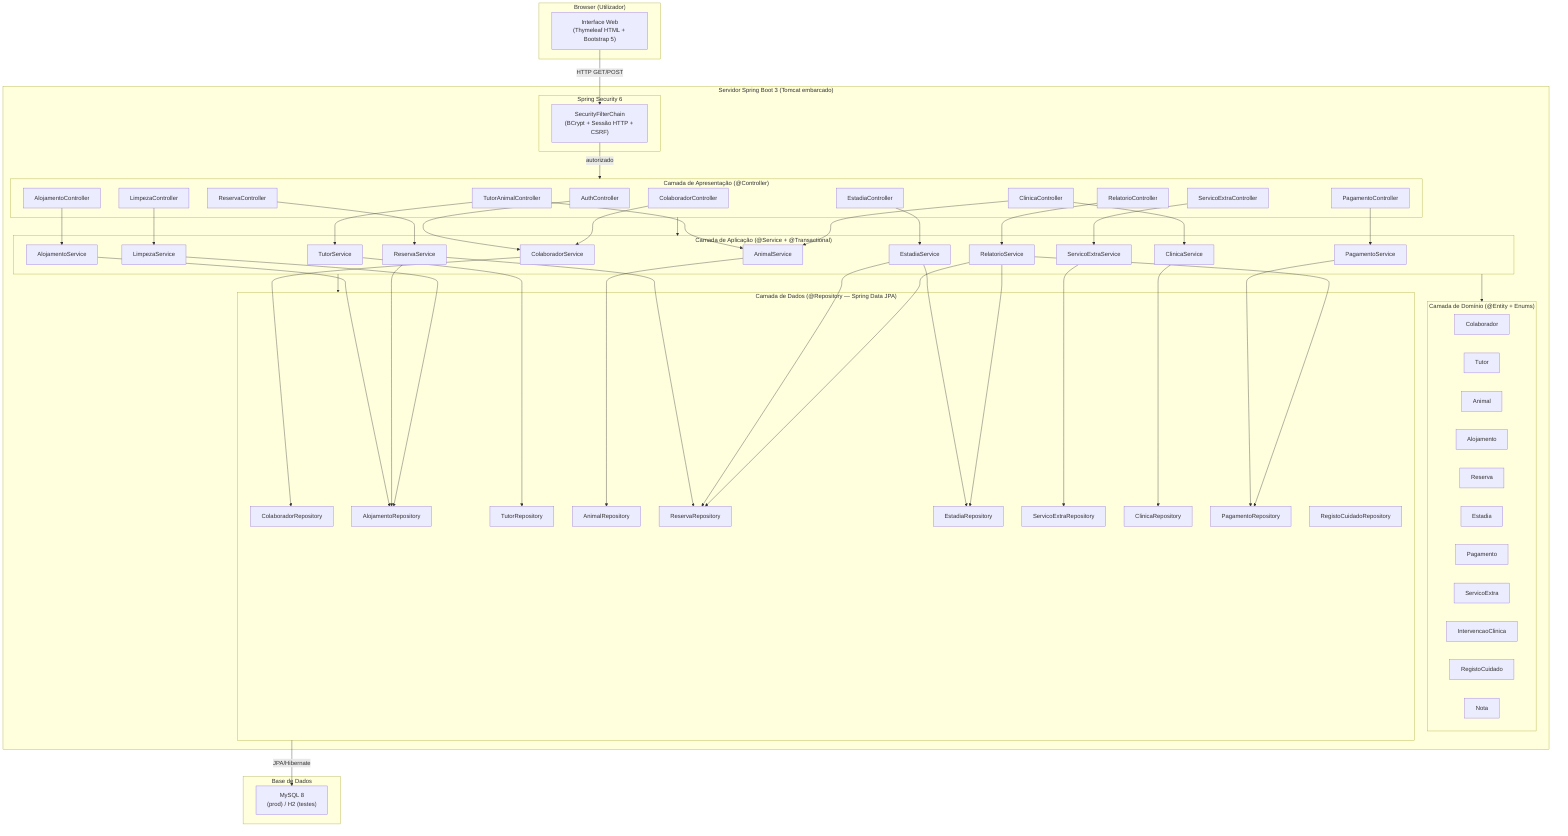
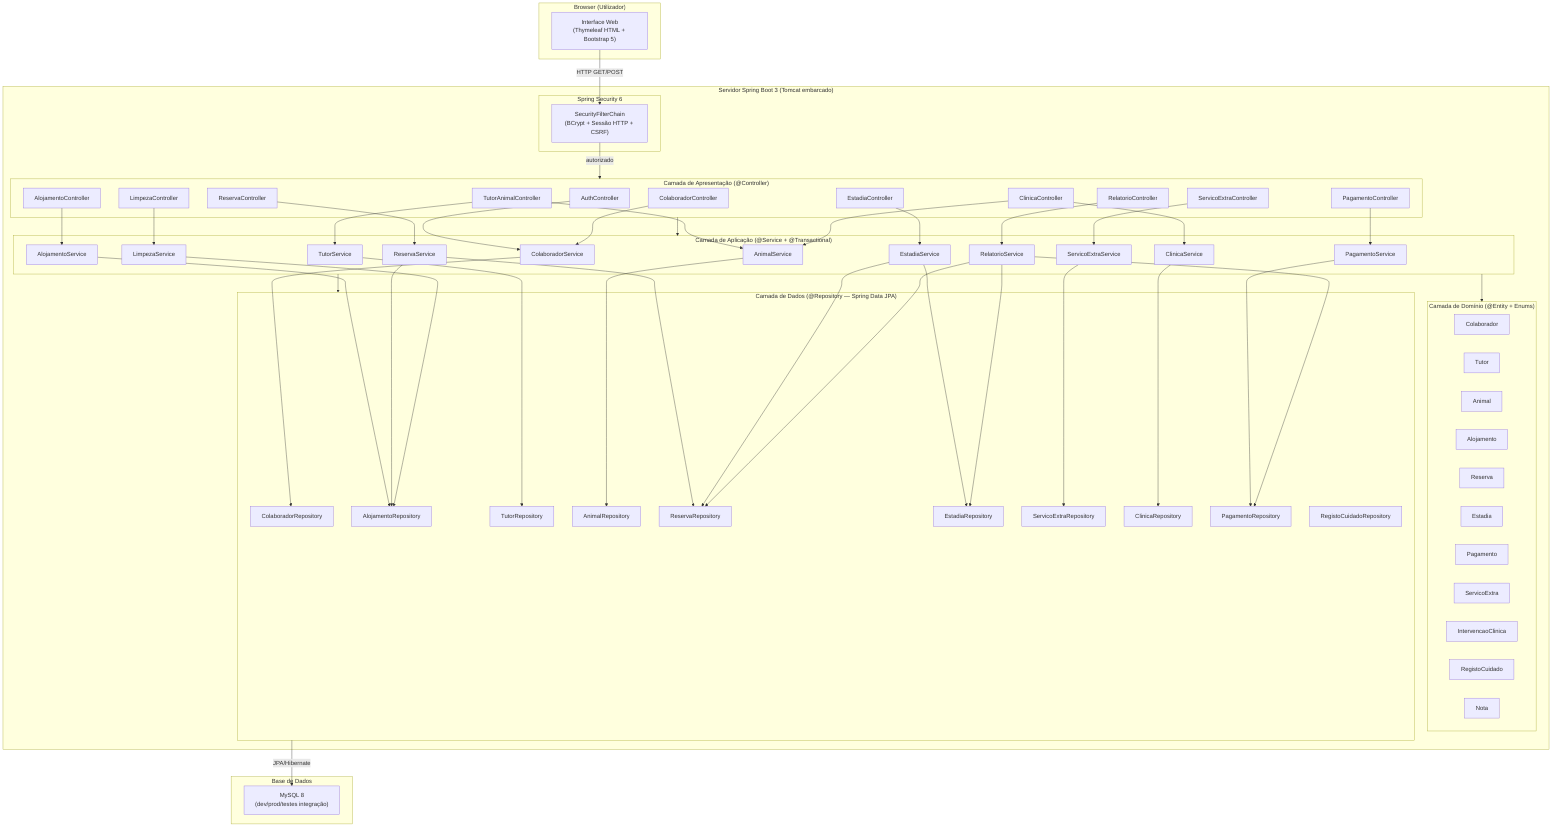
%% Diagrama de Componentes — Hotel de Animais
%% Arquitetura Spring MVC em camadas (Etapa 2)

graph TB

    subgraph Browser["Browser (Utilizador)"]
        UI["Interface Web\n(Thymeleaf HTML + Bootstrap 5)"]
    end

    subgraph SpringBoot["Servidor Spring Boot 3 (Tomcat embarcado)"]

        subgraph Security["Spring Security 6"]
            SF["SecurityFilterChain\n(BCrypt + Sessão HTTP + CSRF)"]
        end

        subgraph Controllers["Camada de Apresentação (@Controller)"]
            AC["AuthController"]
            ALC["AlojamentoController"]
            TAC["TutorAnimalController"]
            RC["ReservaController"]
            EC["EstadiaController"]
            PC["PagamentoController"]
            SEC["ServicoExtraController"]
            CC["ClinicaController"]
            LC["LimpezaController"]
            RLC["RelatorioController"]
            COC["ColaboradorController"]
        end

        subgraph Services["Camada de Aplicação (@Service + @Transactional)"]
            CS["ColaboradorService"]
            ALS["AlojamentoService"]
            TS["TutorService"]
            ANS["AnimalService"]
            RS["ReservaService"]
            ES["EstadiaService"]
            SES["ServicoExtraService"]
            CLS["ClinicaService"]
            PS["PagamentoService"]
            LS["LimpezaService"]
            RLS["RelatorioService"]
        end

        subgraph Domain["Camada de Domínio (@Entity + Enums)"]
            COL["Colaborador"]
            TUT["Tutor"]
            ANI["Animal"]
            ALO["Alojamento"]
            RES["Reserva"]
            EST["Estadia"]
            PAG["Pagamento"]
            SRV["ServicoExtra"]
            INT["IntervencaoClinica"]
            REG["RegistoCuidado"]
            NOT["Nota"]
        end

        subgraph Repositories["Camada de Dados (@Repository — Spring Data JPA)"]
            CR["ColaboradorRepository"]
            ALR["AlojamentoRepository"]
            TR["TutorRepository"]
            ANR["AnimalRepository"]
            RR["ReservaRepository"]
            ER["EstadiaRepository"]
            SR["ServicoExtraRepository"]
            CLR["ClinicaRepository"]
            PR["PagamentoRepository"]
            RCR["RegistoCuidadoRepository"]
        end

    end

    subgraph Database["Base de Dados"]
-         MySQL["MySQL 8\n(prod) / H2 (testes)"]
+         MySQL["MySQL 8\n(dev/prod/testes integração)"]
    end

    %% Fluxo de pedido
    UI -->|HTTP GET/POST| SF
    SF -->|autorizado| Controllers
    Controllers --> Services
    Services --> Domain
    Services --> Repositories
    Repositories -->|JPA/Hibernate| MySQL

    %% Ligações Controller → Service
    AC --> CS
    ALC --> ALS
    TAC --> TS
    TAC --> ANS
    RC --> RS
    EC --> ES
    PC --> PS
    SEC --> SES
    CC --> CLS
    CC --> ANS
    LC --> LS
    RLC --> RLS
    COC --> CS

    %% Ligações Service → Repository (principais)
    CS --> CR
    ALS --> ALR
    TS --> TR
    ANS --> ANR
    RS --> RR
    RS --> ALR
    ES --> ER
    ES --> RR
    SES --> SR
    CLS --> CLR
    PS --> PR
    LS --> ALR
    RLS --> RR
    RLS --> ER
    RLS --> PR
